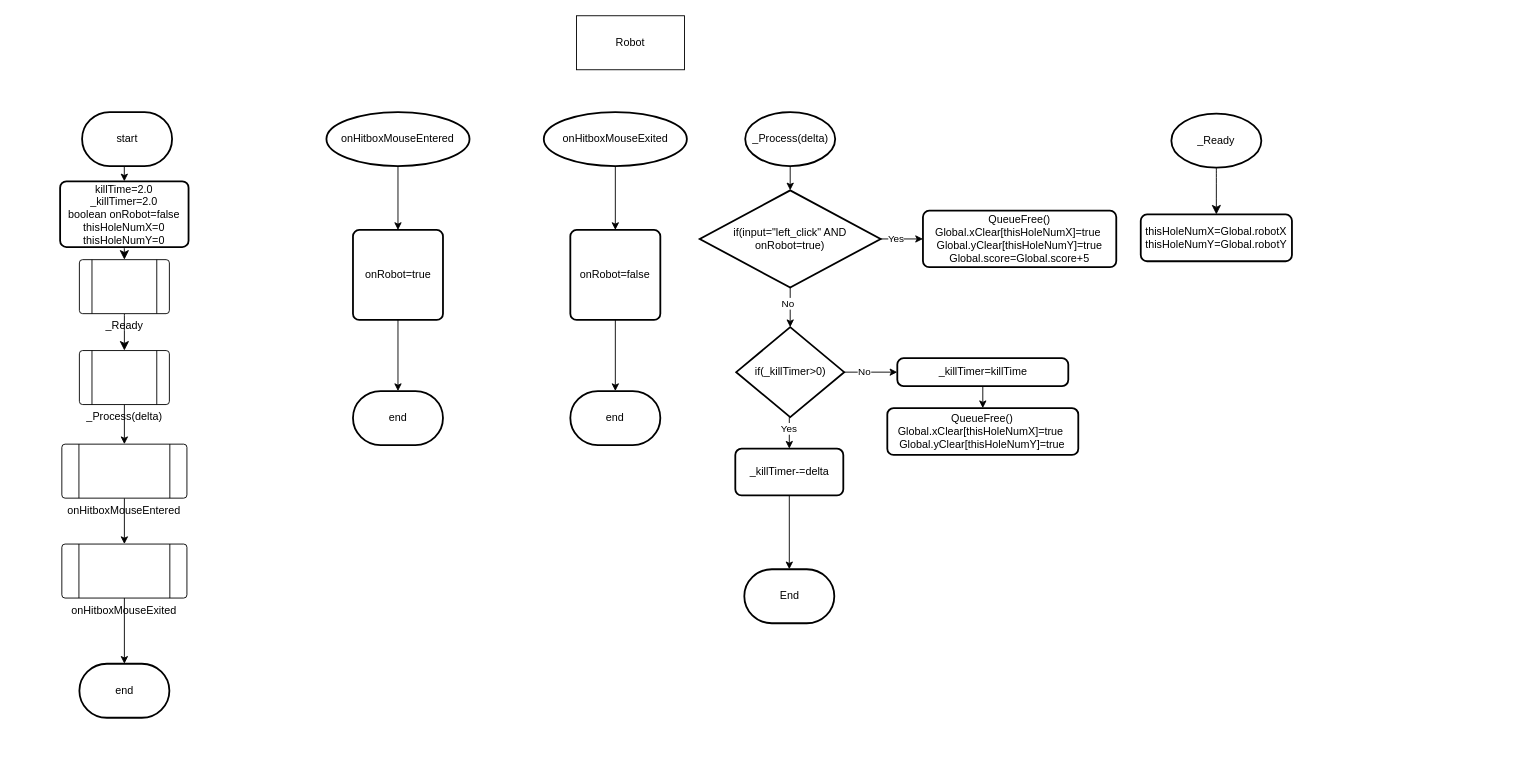
BHASVIC-Kasper25/Whack-a-Robot keeps this draw.io diagram as whack-a-robot/Robot/robot flowchart.drawio. Above is the earlier version. Source tidied: cells renumbered, new cells numbered last; positions are measured from the earlier drawing's top-left corner, leaving out a move shared by most shapes. Both pictures are drawn from the tidied source at 90%, with x=0, y=0 at pixel (59, 15).
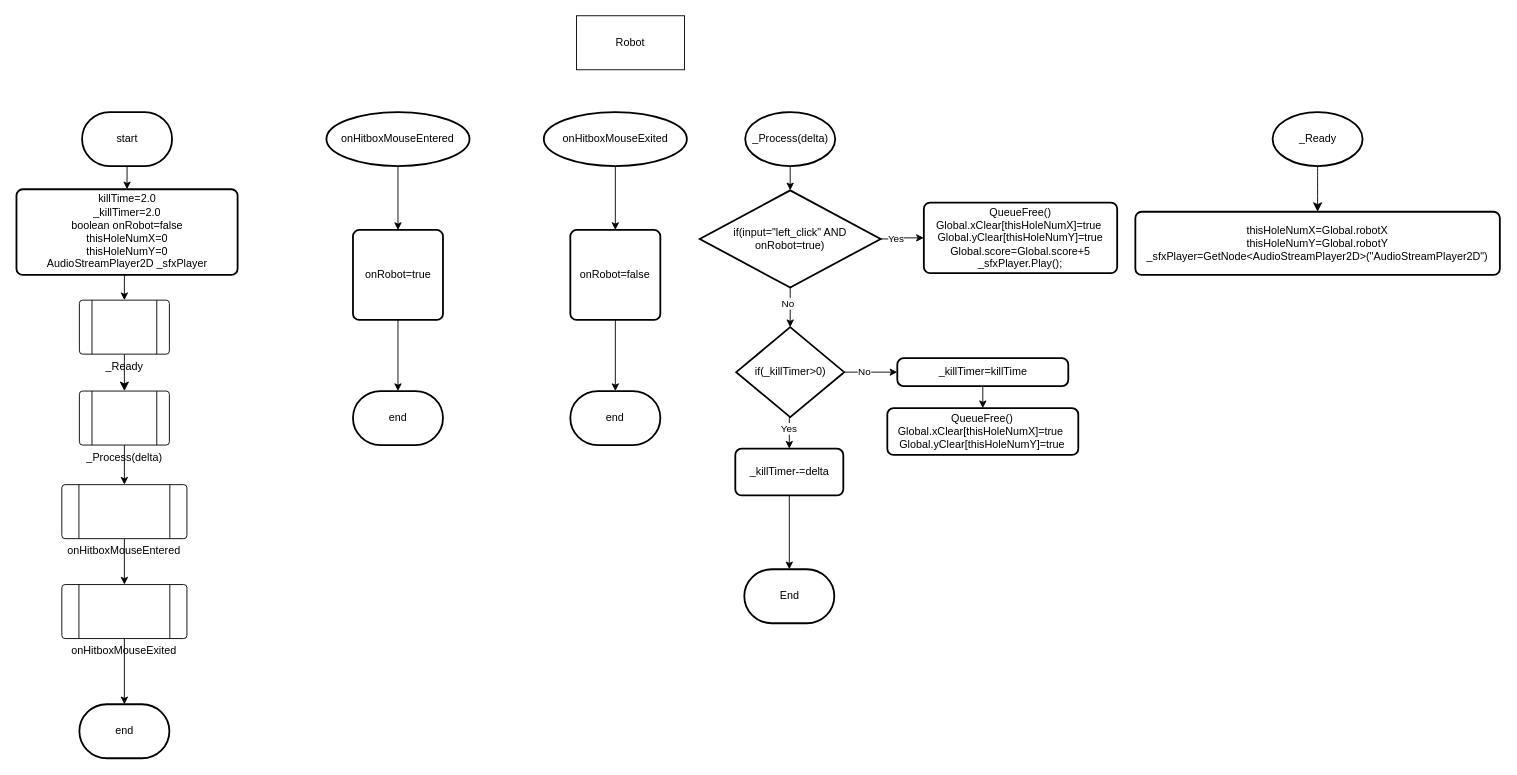
The same diagram, later.

Diff of the diagram source:
```diff
@@
     <mxCell id="5" value="end" style="strokeWidth=2;html=1;shape=mxgraph.flowchart.terminator;whiteSpace=wrap;" parent="1" vertex="1">
-      <mxGeometry x="21.7" y="720" width="100" height="60" as="geometry" />
+      <mxGeometry x="21.7" y="765" width="100" height="60" as="geometry" />
     </mxCell>
@@
     <mxCell id="7" value="onHitboxMouseEntered" style="verticalLabelPosition=bottom;verticalAlign=top;html=1;shape=process;whiteSpace=wrap;rounded=1;size=0.14;arcSize=6;" parent="1" vertex="1">
-      <mxGeometry x="2.2" y="476" width="139" height="60" as="geometry" />
+      <mxGeometry x="2.2" y="521" width="139" height="60" as="geometry" />
     </mxCell>
@@
-    <mxCell id="22" style="edgeStyle=none;curved=1;rounded=0;jettySize=auto;html=1;exitX=0.5;exitY=1;exitDx=0;exitDy=0;entryX=0.5;entryY=0;entryDx=0;entryDy=0;fontSize=12;startSize=8;endSize=8;" parent="1" edge="1" source="23" target="44">
+    <mxCell id="22" style="edgeStyle=orthogonalEdgeStyle;rounded=0;jettySize=auto;html=1;exitX=0.5;exitY=1;exitDx=0;exitDy=0;entryX=0.5;entryY=0;entryDx=0;entryDy=0;defaultLabelBackgroundColor=page;" parent="1" edge="1" source="23" target="44">
       <mxGeometry relative="1" as="geometry" />
     </mxCell>
-    <mxCell id="23" value="killTime=2.0&lt;div&gt;_killTimer=2.0&lt;/div&gt;&lt;div&gt;boolean onRobot=false&lt;/div&gt;&lt;div&gt;thisHoleNumX=0&lt;/div&gt;&lt;div&gt;thisHoleNumY=0&lt;/div&gt;" style="rounded=1;whiteSpace=wrap;html=1;absoluteArcSize=1;arcSize=14;strokeWidth=2;" parent="1" vertex="1">
-      <mxGeometry x="0.3" y="184" width="142.7" height="73" as="geometry" />
+    <mxCell id="23" value="killTime=2.0&lt;div&gt;_killTimer=2.0&lt;/div&gt;&lt;div&gt;boolean onRobot=false&lt;/div&gt;&lt;div&gt;thisHoleNumX=0&lt;/div&gt;&lt;div&gt;thisHoleNumY=0&lt;/div&gt;&lt;div&gt;AudioStreamPlayer2D _sfxPlayer&lt;/div&gt;" style="rounded=1;whiteSpace=wrap;html=1;absoluteArcSize=1;arcSize=14;strokeWidth=2;" parent="1" vertex="1">
+      <mxGeometry x="-48.2" y="192.8" width="245.7" height="95.2" as="geometry" />
     </mxCell>
@@
     <mxCell id="25" value="_Process(delta)" style="verticalLabelPosition=bottom;verticalAlign=top;html=1;shape=process;whiteSpace=wrap;rounded=1;size=0.14;arcSize=6;" parent="1" vertex="1">
-      <mxGeometry x="21.7" y="372" width="100" height="60" as="geometry" />
+      <mxGeometry x="21.7" y="417" width="100" height="60" as="geometry" />
     </mxCell>
@@
-    <mxCell id="33" value="QueueFree()&lt;div&gt;&lt;div&gt;Global.xClear[thisHoleNumX]=true&amp;nbsp;&lt;/div&gt;&lt;div&gt;Global.yClear[thisHoleNumY]=true&lt;/div&gt;&lt;/div&gt;&lt;div&gt;Global.score=Global.score+5&lt;/div&gt;" style="rounded=1;whiteSpace=wrap;html=1;absoluteArcSize=1;arcSize=14;strokeWidth=2;" parent="1" vertex="1">
-      <mxGeometry x="959" y="216.6" width="214.8" height="62.8" as="geometry" />
+    <mxCell id="33" value="QueueFree()&lt;div&gt;&lt;div&gt;Global.xClear[thisHoleNumX]=true&amp;nbsp;&lt;/div&gt;&lt;div&gt;Global.yClear[thisHoleNumY]=true&lt;/div&gt;&lt;/div&gt;&lt;div&gt;Global.score=Global.score+5&lt;/div&gt;&lt;div&gt;_sfxPlayer.Play();&lt;/div&gt;" style="rounded=1;whiteSpace=wrap;html=1;absoluteArcSize=1;arcSize=14;strokeWidth=2;" parent="1" vertex="1">
+      <mxGeometry x="960" y="207.6" width="214.8" height="78.4" as="geometry" />
     </mxCell>
@@
     <mxCell id="41" value="onHitboxMouseExited" style="verticalLabelPosition=bottom;verticalAlign=top;html=1;shape=process;whiteSpace=wrap;rounded=1;size=0.14;arcSize=6;" parent="1" vertex="1">
-      <mxGeometry x="2.2" y="587" width="139" height="60" as="geometry" />
+      <mxGeometry x="2.2" y="632" width="139" height="60" as="geometry" />
     </mxCell>
@@
     <mxCell id="44" value="_Ready" style="verticalLabelPosition=bottom;verticalAlign=top;html=1;shape=process;whiteSpace=wrap;rounded=1;size=0.14;arcSize=6;" parent="1" vertex="1">
-      <mxGeometry x="21.7" y="271" width="100" height="60" as="geometry" />
+      <mxGeometry x="21.7" y="316" width="100" height="60" as="geometry" />
     </mxCell>
@@
     <mxCell id="46" value="_Ready" style="strokeWidth=2;html=1;shape=mxgraph.flowchart.start_1;whiteSpace=wrap;" parent="1" vertex="1">
-      <mxGeometry x="1235" y="108.8" width="100" height="60" as="geometry" />
+      <mxGeometry x="1347.5" y="107" width="100" height="60" as="geometry" />
     </mxCell>
-    <mxCell id="47" value="&lt;div&gt;thisHoleNumX=Global.robotX&lt;/div&gt;&lt;div&gt;thisHoleNumY=&lt;span style=&quot;background-color: transparent; color: light-dark(rgb(0, 0, 0), rgb(255, 255, 255));&quot;&gt;Global.robotY&lt;/span&gt;&lt;/div&gt;" style="rounded=1;whiteSpace=wrap;html=1;absoluteArcSize=1;arcSize=14;strokeWidth=2;" parent="1" vertex="1">
-      <mxGeometry x="1201" y="220.8" width="168" height="52" as="geometry" />
+    <mxCell id="47" value="&lt;div&gt;thisHoleNumX=Global.robotX&lt;/div&gt;&lt;div&gt;thisHoleNumY=&lt;span style=&quot;background-color: transparent; color: light-dark(rgb(0, 0, 0), rgb(255, 255, 255));&quot;&gt;Global.robotY&lt;/span&gt;&lt;/div&gt;&lt;div&gt;_sfxPlayer=GetNode&amp;lt;AudioStreamPlayer2D&amp;gt;(&quot;AudioStreamPlayer2D&quot;)&lt;/div&gt;" style="rounded=1;whiteSpace=wrap;html=1;absoluteArcSize=1;arcSize=14;strokeWidth=2;" parent="1" vertex="1">
+      <mxGeometry x="1195" y="217.8" width="405" height="70.2" as="geometry" />
     </mxCell>
```
